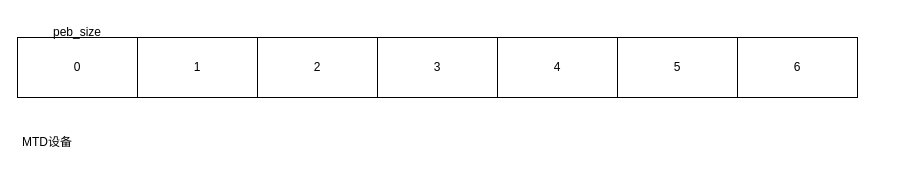
The draw.io diagram 未命名绘图.drawio in kent0628/diagrams, before the edit. Source tidied: cells renumbered, new cells numbered last; positions are measured from the earlier drawing's top-left corner, leaving out a move shared by most shapes. Both pictures are drawn from the tidied source at 100%, with x=0, y=0 at pixel (17, 17).
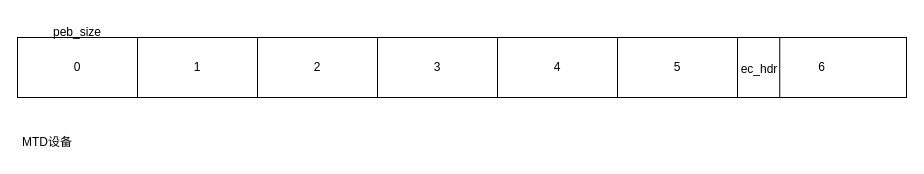
After the change.

Commit message (it also covers changes not shown here):
更新未命名绘图.drawio

Diff of the diagram source:
```diff
@@
 <mxGraphModel>
   <root>
     <mxCell id="0" />
     <mxCell id="1" parent="0" />
     <mxCell id="2" value="0" style="rounded=0;whiteSpace=wrap;html=1;" parent="1" vertex="1">
       <mxGeometry y="20" width="120" height="60" as="geometry" />
     </mxCell>
     <mxCell id="3" value="1" style="rounded=0;whiteSpace=wrap;html=1;" parent="1" vertex="1">
       <mxGeometry x="120" y="20" width="120" height="60" as="geometry" />
     </mxCell>
     <mxCell id="4" value="6" style="rounded=0;whiteSpace=wrap;html=1;" parent="1" vertex="1">
-      <mxGeometry x="720" y="20" width="120" height="60" as="geometry" />
+      <mxGeometry x="720" y="20" width="169" height="60" as="geometry" />
     </mxCell>
     <mxCell id="5" value="5" style="rounded=0;whiteSpace=wrap;html=1;" parent="1" vertex="1">
       <mxGeometry x="600" y="20" width="120" height="60" as="geometry" />
     </mxCell>
     <mxCell id="6" value="4" style="rounded=0;whiteSpace=wrap;html=1;" parent="1" vertex="1">
       <mxGeometry x="480" y="20" width="120" height="60" as="geometry" />
     </mxCell>
     <mxCell id="7" value="2" style="rounded=0;whiteSpace=wrap;html=1;" parent="1" vertex="1">
       <mxGeometry x="240" y="20" width="120" height="60" as="geometry" />
     </mxCell>
     <mxCell id="8" value="3" style="rounded=0;whiteSpace=wrap;html=1;" parent="1" vertex="1">
       <mxGeometry x="360" y="20" width="120" height="60" as="geometry" />
     </mxCell>
     <mxCell id="9" value="MTD设备" style="text;strokeColor=none;align=center;fillColor=none;html=1;verticalAlign=middle;whiteSpace=wrap;rounded=0;" parent="1" vertex="1">
       <mxGeometry y="110" width="60" height="30" as="geometry" />
     </mxCell>
     <mxCell id="10" value="peb_size" style="text;strokeColor=none;align=center;fillColor=none;html=1;verticalAlign=middle;whiteSpace=wrap;rounded=0;" parent="1" vertex="1">
       <mxGeometry x="30" width="60" height="30" as="geometry" />
     </mxCell>
+    <mxCell id="11" style="endArrow=none;html=1;rounded=0;entryX=0.25;entryY=0;entryDx=0;entryDy=0;exitX=0.25;exitY=1;exitDx=0;exitDy=0;" parent="1" edge="1" source="4" target="4">
+      <mxGeometry relative="1" as="geometry" />
+    </mxCell>
+    <mxCell id="12" value="ec_hdr" style="text;strokeColor=none;align=center;fillColor=none;html=1;verticalAlign=middle;whiteSpace=wrap;rounded=0;rotation=0;" parent="1" vertex="1">
+      <mxGeometry x="709" y="37" width="66" height="30" as="geometry" />
+    </mxCell>
+    <mxCell id="13" style="edgeStyle=none;rounded=0;orthogonalLoop=1;jettySize=auto;html=1;exitX=0.25;exitY=0;exitDx=0;exitDy=0;" parent="1" edge="1" source="4" target="4">
+      <mxGeometry relative="1" as="geometry" />
+    </mxCell>
   </root>
 </mxGraphModel>
```
